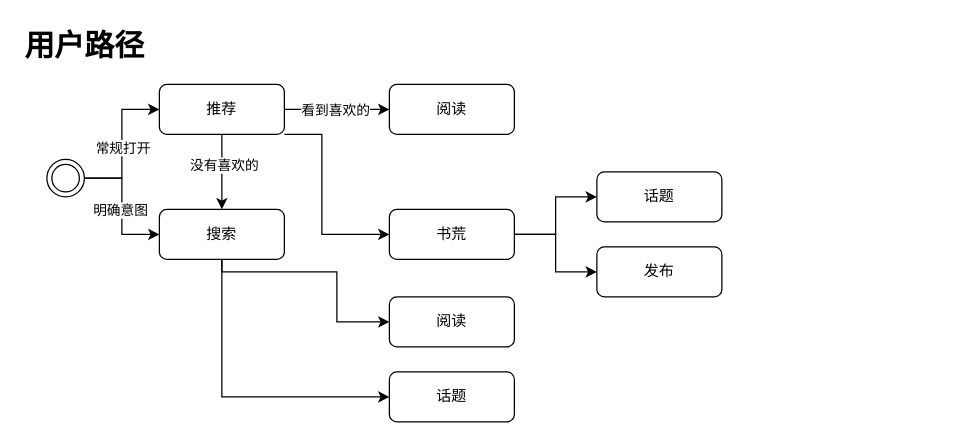
GraceYongqi/tomato_design keeps this draw.io diagram as tomato_frame.drawio. Above is the earlier version. Source tidied: cells renumbered, new cells numbered last; positions are measured from the earlier drawing's top-left corner, leaving out a move shared by most shapes. Both pictures are drawn from the tidied source at 125%, with x=0, y=0 at pixel (21, 21).
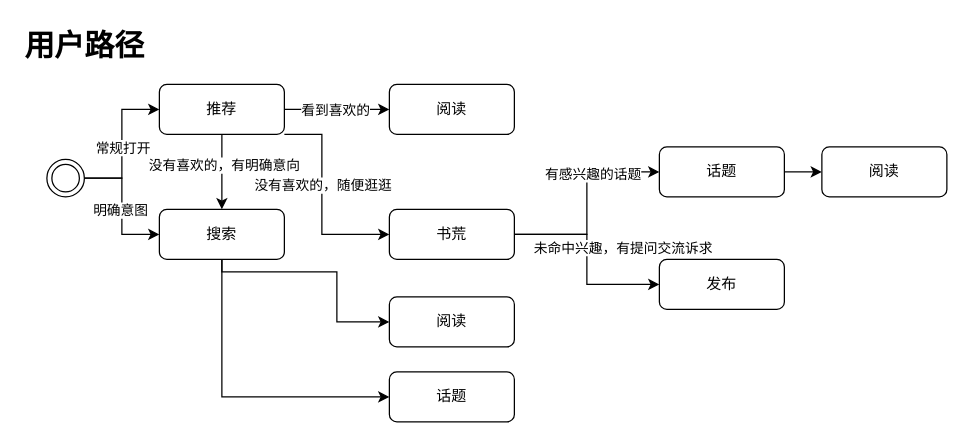
Above is the later version.

The change refers to these unchanged cells:
```xml
<mxCell id="8" style="edgeStyle=orthogonalEdgeStyle;rounded=0;jettySize=auto;html=1;" parent="1" edge="1" source="13" target="16">
  <mxGeometry relative="1" as="geometry" />
</mxCell>
<mxCell id="12" style="edgeStyle=orthogonalEdgeStyle;rounded=0;jettySize=auto;html=1;exitX=1;exitY=1;exitDx=0;exitDy=0;entryX=0;entryY=0.5;entryDx=0;entryDy=0;" parent="1" edge="1" source="13" target="20">
  <mxGeometry relative="1" as="geometry">
    <Array as="points">
      <mxPoint x="240" y="90" />
      <mxPoint x="240" y="170" />
    </Array>
  </mxGeometry>
</mxCell>
<mxCell id="18" style="edgeStyle=orthogonalEdgeStyle;rounded=0;jettySize=auto;html=1;exitX=1;exitY=0.5;exitDx=0;exitDy=0;entryX=0;entryY=0.5;entryDx=0;entryDy=0;" parent="1" edge="1" source="20" target="23">
  <mxGeometry relative="1" as="geometry" />
</mxCell>
<mxCell id="19" style="edgeStyle=orthogonalEdgeStyle;rounded=0;jettySize=auto;html=1;exitX=1;exitY=0.5;exitDx=0;exitDy=0;entryX=0;entryY=0.5;entryDx=0;entryDy=0;" parent="1" edge="1" source="20" target="24">
  <mxGeometry relative="1" as="geometry" />
</mxCell>
```

Change to the diagram source:
```diff
@@
-    <mxCell id="9" value="没有喜欢的" style="edgeLabel;html=1;align=center;verticalAlign=middle;" parent="8" vertex="1">
+    <mxCell id="9" value="没有喜欢的，有明确意向" style="edgeLabel;html=1;align=center;verticalAlign=middle;" parent="8" vertex="1">
       <mxGeometry x="-0.21" y="1" relative="1" as="geometry" />
     </mxCell>
@@
+    <mxCell id="25" value="没有喜欢的，随便逛逛" style="edgeLabel;html=1;align=center;verticalAlign=middle;" parent="12" vertex="1">
+      <mxGeometry x="-0.34" relative="1" as="geometry">
+        <mxPoint y="16" as="offset" />
+      </mxGeometry>
+    </mxCell>
@@
+    <mxCell id="26" value="有感兴趣的话题" style="edgeLabel;html=1;align=center;verticalAlign=middle;" parent="18" vertex="1">
+      <mxGeometry x="0.35" y="-1" relative="1" as="geometry" />
+    </mxCell>
@@
+    <mxCell id="27" value="未命中兴趣，有提问交流诉求" style="edgeLabel;html=1;align=center;verticalAlign=middle;" parent="19" vertex="1">
+      <mxGeometry x="0.13" y="-3" relative="1" as="geometry">
+        <mxPoint x="31" y="-20" as="offset" />
+      </mxGeometry>
+    </mxCell>
@@
+    <mxCell id="28" style="edgeStyle=orthogonalEdgeStyle;rounded=0;jettySize=auto;html=1;exitX=1;exitY=0.5;exitDx=0;exitDy=0;entryX=0;entryY=0.5;entryDx=0;entryDy=0;" parent="1" edge="1" source="23" target="29">
+      <mxGeometry relative="1" as="geometry" />
+    </mxCell>
     <mxCell id="23" value="话题" style="rounded=1;whiteSpace=wrap;html=1;" parent="1" vertex="1">
-      <mxGeometry x="460" y="120" width="100" height="40" as="geometry" />
+      <mxGeometry x="510" y="100" width="100" height="40" as="geometry" />
     </mxCell>
     <mxCell id="24" value="发布" style="rounded=1;whiteSpace=wrap;html=1;" parent="1" vertex="1">
-      <mxGeometry x="460" y="180" width="100" height="40" as="geometry" />
+      <mxGeometry x="510" y="190" width="100" height="40" as="geometry" />
     </mxCell>
+    <mxCell id="29" value="阅读" style="rounded=1;whiteSpace=wrap;html=1;" parent="1" vertex="1">
+      <mxGeometry x="640" y="100" width="100" height="40" as="geometry" />
+    </mxCell>
```
